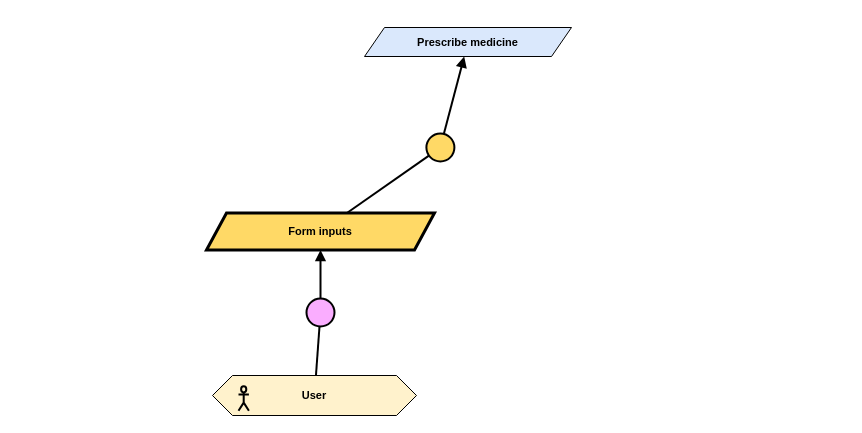
RafaelCMira/myclinic-msp-project keeps this draw.io diagram as Kaos/KAOS 12.drawio. Above is the earlier version. Source tidied: cells renumbered, new cells numbered last; positions are measured from the earlier drawing's top-left corner, leaving out a move shared by most shapes. Both pictures are drawn from the tidied source at 100%, with x=0, y=0 at pixel (206, 27).
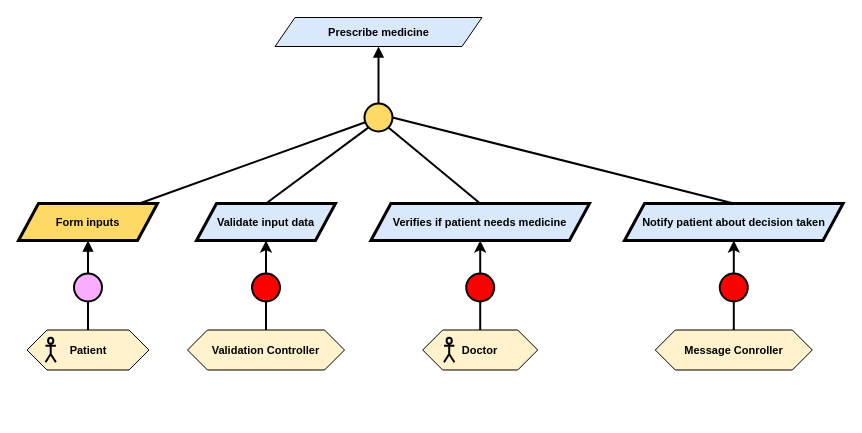
The same page after the edit.

Diff of the diagram source:
```diff
@@
     <mxCell id="2" value="&lt;b&gt;Prescribe medicine&lt;/b&gt;" style="shape=parallelogram;perimeter=parallelogramPerimeter;whiteSpace=wrap;html=1;fixedSize=1;fillColor=#dae8fc;strokeColor=#000000;fontFamily=Helvetica;fontSize=11;fontColor=default;labelBackgroundColor=none;" parent="1" vertex="1">
-      <mxGeometry x="158" width="207" height="29" as="geometry" />
+      <mxGeometry x="68.5" y="-10" width="207" height="29" as="geometry" />
     </mxCell>
     <mxCell id="3" value="&lt;b&gt;Form inputs&lt;/b&gt;" style="shape=parallelogram;perimeter=parallelogramPerimeter;whiteSpace=wrap;html=1;fixedSize=1;fillColor=#FFD966;strokeColor=#000000;strokeWidth=3;fontFamily=Helvetica;fontSize=11;fontColor=default;labelBackgroundColor=none;" parent="1" vertex="1">
-      <mxGeometry y="185.5" width="228" height="37" as="geometry" />
+      <mxGeometry x="-188" y="176" width="139" height="37" as="geometry" />
     </mxCell>
-    <mxCell id="4" value="&lt;b&gt;User&lt;/b&gt;" style="shape=hexagon;perimeter=hexagonPerimeter2;whiteSpace=wrap;html=1;fixedSize=1;fillColor=#FFF2CC;fontFamily=Helvetica;fontSize=11;fontColor=default;labelBackgroundColor=none;" parent="1" vertex="1">
-      <mxGeometry x="6" y="348" width="204" height="40" as="geometry" />
+    <mxCell id="4" value="&lt;b&gt;Patient&lt;/b&gt;" style="shape=hexagon;perimeter=hexagonPerimeter2;whiteSpace=wrap;html=1;fixedSize=1;fillColor=#FFF2CC;fontFamily=Helvetica;fontSize=11;fontColor=default;labelBackgroundColor=none;" parent="1" vertex="1">
+      <mxGeometry x="-179.5" y="302.5" width="122" height="40" as="geometry" />
     </mxCell>
     <mxCell id="5" style="shape=umlActor;verticalLabelPosition=bottom;verticalAlign=top;html=1;fillColor=none;strokeWidth=2;fontFamily=Helvetica;fontSize=11;fontColor=default;labelBackgroundColor=default;" parent="1" vertex="1">
-      <mxGeometry x="32" y="358.8" width="10.4" height="24.5" as="geometry" />
+      <mxGeometry x="-161" y="310.2" width="10.4" height="24.5" as="geometry" />
     </mxCell>
     <mxCell id="6" style="ellipse;whiteSpace=wrap;html=1;fillColor=#FFD966;strokeWidth=2;" parent="1" vertex="1">
-      <mxGeometry x="219.9" y="106" width="28" height="28" as="geometry" />
+      <mxGeometry x="158" y="76" width="28" height="28" as="geometry" />
     </mxCell>
@@
     <mxCell id="9" style="ellipse;whiteSpace=wrap;html=1;fillColor=#FAADFF;strokeWidth=2;fontFamily=Helvetica;fontSize=11;fontColor=default;labelBackgroundColor=default;" parent="1" vertex="1">
-      <mxGeometry x="100" y="271" width="28" height="28" as="geometry" />
+      <mxGeometry x="-132.5" y="246" width="28" height="28" as="geometry" />
     </mxCell>
@@
+    <mxCell id="12" value="&lt;b&gt;Doctor&lt;/b&gt;" style="shape=hexagon;perimeter=hexagonPerimeter2;whiteSpace=wrap;html=1;fixedSize=1;fillColor=#FFF2CC;fontFamily=Helvetica;fontSize=11;fontColor=default;labelBackgroundColor=none;" parent="1" vertex="1">
+      <mxGeometry x="216.2" y="302.5" width="115" height="40" as="geometry" />
+    </mxCell>
+    <mxCell id="13" style="shape=umlActor;verticalLabelPosition=bottom;verticalAlign=top;html=1;fillColor=none;strokeWidth=2;fontFamily=Helvetica;fontSize=11;fontColor=default;labelBackgroundColor=default;" parent="1" vertex="1">
+      <mxGeometry x="237.5" y="310.2" width="10.4" height="24.5" as="geometry" />
+    </mxCell>
+    <mxCell id="14" style="ellipse;whiteSpace=wrap;html=1;fillColor=#FF0000;strokeWidth=2;fontFamily=Helvetica;fontSize=11;fontColor=default;labelBackgroundColor=default;" parent="1" vertex="1">
+      <mxGeometry x="259.7" y="246" width="28" height="28" as="geometry" />
+    </mxCell>
+    <mxCell id="15" style="endArrow=none;html=1;rounded=0;strokeWidth=2;strokeColor=default;align=center;verticalAlign=middle;fontFamily=Helvetica;fontSize=11;fontColor=default;labelBackgroundColor=default;" parent="1" edge="1" source="12" target="14">
+      <mxGeometry relative="1" as="geometry" />
+    </mxCell>
+    <mxCell id="16" value="&lt;b&gt;Validation Controller&lt;/b&gt;" style="shape=hexagon;perimeter=hexagonPerimeter2;whiteSpace=wrap;html=1;fixedSize=1;fillColor=#FFF2CC;fontFamily=Helvetica;fontSize=11;fontColor=default;labelBackgroundColor=none;" parent="1" vertex="1">
+      <mxGeometry x="-19" y="302.5" width="157" height="40" as="geometry" />
+    </mxCell>
+    <mxCell id="17" value="&lt;b&gt;Validate input data&lt;/b&gt;" style="shape=parallelogram;perimeter=parallelogramPerimeter;whiteSpace=wrap;html=1;fixedSize=1;strokeWidth=3;fontFamily=Helvetica;fontSize=11;labelBackgroundColor=none;fillColor=#dae8fc;strokeColor=default;" parent="1" vertex="1">
+      <mxGeometry x="-10" y="176" width="139" height="37" as="geometry" />
+    </mxCell>
+    <mxCell id="18" style="ellipse;whiteSpace=wrap;html=1;fillColor=#FF0000;strokeWidth=2;fontFamily=Helvetica;fontSize=11;fontColor=default;labelBackgroundColor=default;" parent="1" vertex="1">
+      <mxGeometry x="45.5" y="246" width="28" height="28" as="geometry" />
+    </mxCell>
+    <mxCell id="19" style="endArrow=classic;html=1;rounded=0;exitX=0.5;exitY=0;exitDx=0;exitDy=0;strokeWidth=2;" parent="1" edge="1" source="18" target="17">
+      <mxGeometry relative="1" as="geometry" />
+    </mxCell>
+    <mxCell id="20" style="endArrow=none;html=1;rounded=0;exitX=0.5;exitY=0;exitDx=0;exitDy=0;entryX=0;entryY=1;entryDx=0;entryDy=0;strokeWidth=2;" parent="1" edge="1" source="17" target="6">
+      <mxGeometry relative="1" as="geometry" />
+    </mxCell>
+    <mxCell id="21" value="&lt;b&gt;Verifies if patient needs medicine&lt;/b&gt;" style="shape=parallelogram;perimeter=parallelogramPerimeter;whiteSpace=wrap;html=1;fixedSize=1;strokeWidth=3;fontFamily=Helvetica;fontSize=11;labelBackgroundColor=none;fillColor=#dae8fc;strokeColor=default;" parent="1" vertex="1">
+      <mxGeometry x="164.4" y="176" width="218.6" height="37" as="geometry" />
+    </mxCell>
+    <mxCell id="22" style="endArrow=classic;html=1;rounded=0;exitX=0.5;exitY=0;exitDx=0;exitDy=0;strokeWidth=2;" parent="1" edge="1" source="14" target="21">
+      <mxGeometry relative="1" as="geometry" />
+    </mxCell>
+    <mxCell id="23" style="endArrow=none;html=1;rounded=0;exitX=0.5;exitY=0;exitDx=0;exitDy=0;entryX=1;entryY=1;entryDx=0;entryDy=0;strokeWidth=2;" parent="1" edge="1" source="21" target="6">
+      <mxGeometry relative="1" as="geometry" />
+    </mxCell>
+    <mxCell id="24" value="&lt;b&gt;Notify patient about decision taken&lt;/b&gt;" style="shape=parallelogram;perimeter=parallelogramPerimeter;whiteSpace=wrap;html=1;fixedSize=1;strokeWidth=3;fontFamily=Helvetica;fontSize=11;labelBackgroundColor=none;fillColor=#dae8fc;strokeColor=default;" parent="1" vertex="1">
+      <mxGeometry x="418" y="176" width="218.6" height="37" as="geometry" />
+    </mxCell>
+    <mxCell id="25" value="&lt;b&gt;Message Conroller&lt;/b&gt;" style="shape=hexagon;perimeter=hexagonPerimeter2;whiteSpace=wrap;html=1;fixedSize=1;fillColor=#FFF2CC;fontFamily=Helvetica;fontSize=11;fontColor=default;labelBackgroundColor=none;" parent="1" vertex="1">
+      <mxGeometry x="448.8" y="302.5" width="157" height="40" as="geometry" />
+    </mxCell>
+    <mxCell id="26" style="ellipse;whiteSpace=wrap;html=1;fillColor=#FF0000;strokeWidth=2;fontFamily=Helvetica;fontSize=11;fontColor=default;labelBackgroundColor=default;" parent="1" vertex="1">
+      <mxGeometry x="513.3" y="246" width="28" height="28" as="geometry" />
+    </mxCell>
+    <mxCell id="27" style="endArrow=none;html=1;rounded=0;exitX=0.5;exitY=0;exitDx=0;exitDy=0;entryX=0.5;entryY=1;entryDx=0;entryDy=0;strokeWidth=2;" parent="1" edge="1" source="25" target="26">
+      <mxGeometry relative="1" as="geometry" />
+    </mxCell>
+    <mxCell id="28" style="endArrow=classic;html=1;rounded=0;exitX=0.5;exitY=0;exitDx=0;exitDy=0;entryX=0.5;entryY=1;entryDx=0;entryDy=0;strokeWidth=2;" parent="1" edge="1" source="26" target="24">
+      <mxGeometry relative="1" as="geometry" />
+    </mxCell>
+    <mxCell id="29" style="endArrow=none;html=1;rounded=0;exitX=1;exitY=0.5;exitDx=0;exitDy=0;entryX=0.5;entryY=0;entryDx=0;entryDy=0;strokeWidth=2;" parent="1" edge="1" source="6" target="24">
+      <mxGeometry relative="1" as="geometry" />
+    </mxCell>
+    <mxCell id="30" style="endArrow=none;html=1;rounded=0;strokeWidth=2;strokeColor=default;align=center;verticalAlign=middle;fontFamily=Helvetica;fontSize=11;fontColor=default;labelBackgroundColor=default;entryX=0.5;entryY=1;entryDx=0;entryDy=0;exitX=0.5;exitY=0;exitDx=0;exitDy=0;" parent="1" edge="1" source="16" target="18">
+      <mxGeometry relative="1" as="geometry" />
+    </mxCell>
```
